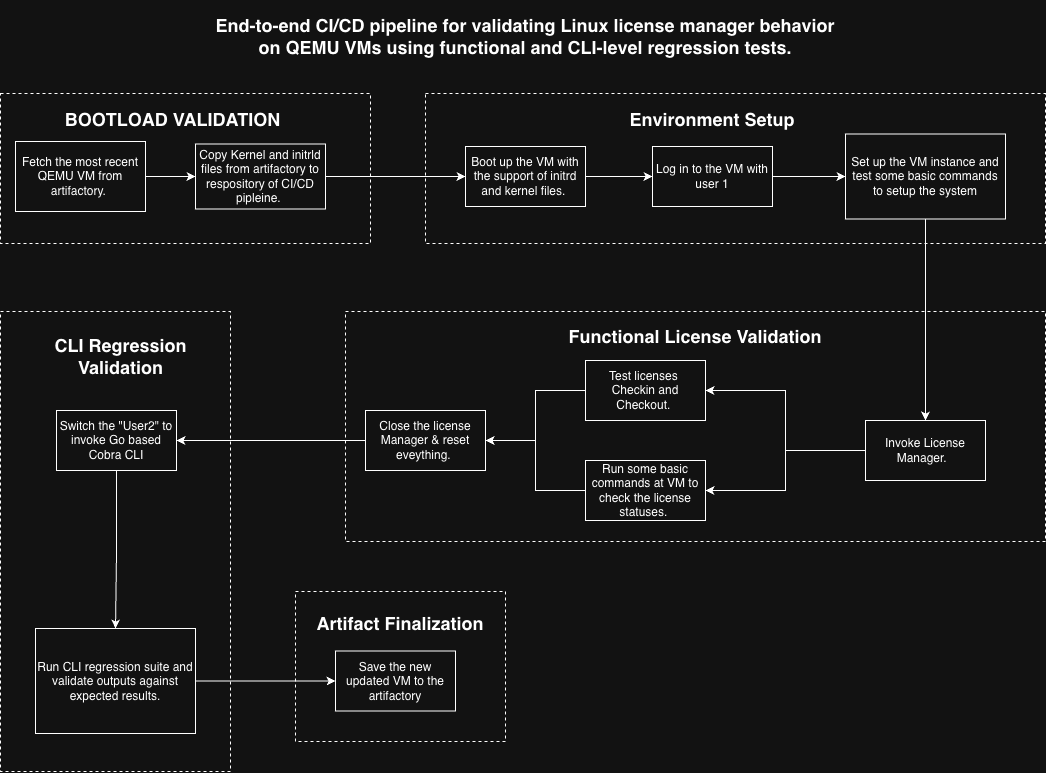
prateeksha9/case-study-CI-CD-pipeline-Internship-at-Keysight keeps this draw.io diagram as docs/ci-flow.png. Above is the earlier version. Source tidied: cells renumbered, new cells last; positions are measured from the earlier drawing's top-left corner, leaving out a move shared by most shapes. The source it was exported from:
```xml
<mxGraphModel>
  <root>
    <mxCell id="0" />
    <mxCell id="1" parent="0" />
    <mxCell id="2" style="rounded=0;whiteSpace=wrap;html=1;dashed=1;" parent="1" vertex="1">
      <mxGeometry y="72" width="370" height="150" as="geometry" />
    </mxCell>
    <mxCell id="3" style="edgeStyle=orthogonalEdgeStyle;rounded=0;jettySize=auto;html=1;" parent="1" edge="1" source="4" target="6">
      <mxGeometry relative="1" as="geometry" />
    </mxCell>
    <mxCell id="4" value="Fetch the most recent QEMU VM from artifactory.&amp;nbsp;" style="rounded=0;whiteSpace=wrap;html=1;" parent="1" vertex="1">
      <mxGeometry x="15" y="120" width="130" height="70" as="geometry" />
    </mxCell>
    <mxCell id="5" style="edgeStyle=orthogonalEdgeStyle;rounded=0;jettySize=auto;html=1;" parent="1" edge="1" source="6" target="8">
      <mxGeometry relative="1" as="geometry" />
    </mxCell>
    <mxCell id="6" value="Copy Kernel and initrld files from artifactory to respository of CI/CD pipleine.&amp;nbsp;" style="whiteSpace=wrap;html=1;rounded=0;" parent="1" vertex="1">
      <mxGeometry x="195" y="122.5" width="130" height="65" as="geometry" />
    </mxCell>
    <mxCell id="7" style="edgeStyle=orthogonalEdgeStyle;rounded=0;jettySize=auto;html=1;" parent="1" edge="1" source="8" target="10">
      <mxGeometry relative="1" as="geometry" />
    </mxCell>
    <mxCell id="8" value="Boot up the VM with the support of initrd and kernel files.&amp;nbsp;" style="whiteSpace=wrap;html=1;rounded=0;" parent="1" vertex="1">
      <mxGeometry x="465" y="125" width="120" height="60" as="geometry" />
    </mxCell>
    <mxCell id="9" style="edgeStyle=orthogonalEdgeStyle;rounded=0;jettySize=auto;html=1;" parent="1" edge="1" source="10" target="12">
      <mxGeometry relative="1" as="geometry" />
    </mxCell>
    <mxCell id="10" value="Log in to the VM with user 1" style="whiteSpace=wrap;html=1;rounded=0;" parent="1" vertex="1">
      <mxGeometry x="652" y="125" width="120" height="60" as="geometry" />
    </mxCell>
    <mxCell id="11" style="edgeStyle=orthogonalEdgeStyle;rounded=0;jettySize=auto;html=1;" parent="1" edge="1" source="12" target="15">
      <mxGeometry relative="1" as="geometry" />
    </mxCell>
    <mxCell id="12" value="Set up the VM instance and test some basic commands to setup the system" style="whiteSpace=wrap;html=1;rounded=0;" parent="1" vertex="1">
      <mxGeometry x="845" y="112.5" width="160" height="85" as="geometry" />
    </mxCell>
    <mxCell id="13" style="edgeStyle=orthogonalEdgeStyle;rounded=0;jettySize=auto;html=1;" parent="1" edge="1" source="15" target="17">
      <mxGeometry relative="1" as="geometry" />
    </mxCell>
    <mxCell id="14" style="edgeStyle=orthogonalEdgeStyle;rounded=0;jettySize=auto;html=1;exitX=0;exitY=0.5;exitDx=0;exitDy=0;entryX=1;entryY=0.5;entryDx=0;entryDy=0;" parent="1" edge="1" source="15" target="19">
      <mxGeometry relative="1" as="geometry" />
    </mxCell>
    <mxCell id="15" value="Invoke License Manager.&amp;nbsp;&amp;nbsp;" style="whiteSpace=wrap;html=1;rounded=0;" parent="1" vertex="1">
      <mxGeometry x="865" y="399" width="120" height="60" as="geometry" />
    </mxCell>
    <mxCell id="16" style="edgeStyle=orthogonalEdgeStyle;rounded=0;jettySize=auto;html=1;" parent="1" edge="1" source="17" target="21">
      <mxGeometry relative="1" as="geometry" />
    </mxCell>
    <mxCell id="17" value="Test licenses&amp;nbsp; Checkin and Checkout.&amp;nbsp;" style="whiteSpace=wrap;html=1;rounded=0;" parent="1" vertex="1">
      <mxGeometry x="585" y="339" width="120" height="60" as="geometry" />
    </mxCell>
    <mxCell id="18" style="edgeStyle=orthogonalEdgeStyle;rounded=0;jettySize=auto;html=1;exitX=0;exitY=0.5;exitDx=0;exitDy=0;entryX=1;entryY=0.5;entryDx=0;entryDy=0;" parent="1" edge="1" source="19" target="21">
      <mxGeometry relative="1" as="geometry" />
    </mxCell>
    <mxCell id="19" value="Run some basic commands at VM to check the license statuses.&amp;nbsp;" style="whiteSpace=wrap;html=1;rounded=0;" parent="1" vertex="1">
      <mxGeometry x="585" y="439" width="120" height="60" as="geometry" />
    </mxCell>
    <mxCell id="20" style="edgeStyle=orthogonalEdgeStyle;rounded=0;jettySize=auto;html=1;" parent="1" edge="1" source="21" target="23">
      <mxGeometry relative="1" as="geometry" />
    </mxCell>
    <mxCell id="21" value="Close the license Manager &amp;amp; reset eveything.&amp;nbsp;" style="whiteSpace=wrap;html=1;rounded=0;" parent="1" vertex="1">
      <mxGeometry x="365" y="389" width="120" height="60" as="geometry" />
    </mxCell>
    <mxCell id="22" style="edgeStyle=orthogonalEdgeStyle;rounded=0;jettySize=auto;html=1;exitX=0.5;exitY=1;exitDx=0;exitDy=0;entryX=0.5;entryY=0;entryDx=0;entryDy=0;" parent="1" edge="1" source="23" target="25">
      <mxGeometry relative="1" as="geometry" />
    </mxCell>
    <mxCell id="23" value="Switch the &quot;User2&quot; to invoke Go based Cobra CLI" style="whiteSpace=wrap;html=1;rounded=0;" parent="1" vertex="1">
      <mxGeometry x="56" y="389" width="120" height="60" as="geometry" />
    </mxCell>
    <mxCell id="24" style="edgeStyle=orthogonalEdgeStyle;rounded=0;jettySize=auto;html=1;" parent="1" edge="1" source="25" target="26">
      <mxGeometry relative="1" as="geometry" />
    </mxCell>
    <mxCell id="25" value="Run CLI regression suite and validate outputs against expected results." style="whiteSpace=wrap;html=1;rounded=0;" parent="1" vertex="1">
      <mxGeometry x="35" y="607" width="160" height="105" as="geometry" />
    </mxCell>
    <mxCell id="26" value="Save the new updated VM to the artifactory" style="whiteSpace=wrap;html=1;rounded=0;" parent="1" vertex="1">
      <mxGeometry x="335" y="629.5" width="120" height="60" as="geometry" />
    </mxCell>
    <mxCell id="27" style="rounded=0;whiteSpace=wrap;html=1;dashed=1;fillColor=none;" parent="1" vertex="1">
      <mxGeometry x="425" y="72" width="620" height="150" as="geometry" />
    </mxCell>
    <mxCell id="28" value="&lt;h2&gt;&lt;b&gt;BOOTLOAD VALIDATION&lt;/b&gt;&lt;/h2&gt;" style="text;html=1;whiteSpace=wrap;strokeColor=none;fillColor=none;align=center;verticalAlign=middle;rounded=0;" parent="1" vertex="1">
      <mxGeometry x="49.5" y="82.5" width="245" height="30" as="geometry" />
    </mxCell>
    <mxCell id="29" value="&lt;h2&gt;Environment Setup&lt;/h2&gt;" style="text;html=1;whiteSpace=wrap;strokeColor=none;fillColor=none;align=center;verticalAlign=middle;rounded=0;" parent="1" vertex="1">
      <mxGeometry x="617" y="82.5" width="190" height="30" as="geometry" />
    </mxCell>
    <mxCell id="30" style="rounded=0;whiteSpace=wrap;html=1;dashed=1;fillColor=none;" parent="1" vertex="1">
      <mxGeometry x="345" y="290" width="700" height="230" as="geometry" />
    </mxCell>
    <mxCell id="31" value="&lt;h2&gt;Functional License Validation&lt;/h2&gt;" style="text;html=1;whiteSpace=wrap;strokeColor=none;fillColor=none;align=center;verticalAlign=middle;rounded=0;" parent="1" vertex="1">
      <mxGeometry x="565" y="300" width="260" height="30" as="geometry" />
    </mxCell>
    <mxCell id="32" style="rounded=0;whiteSpace=wrap;html=1;dashed=1;fillColor=none;" parent="1" vertex="1">
      <mxGeometry y="290" width="230" height="460" as="geometry" />
    </mxCell>
    <mxCell id="33" value="&lt;h2&gt;CLI Regression Validation&lt;/h2&gt;" style="text;html=1;whiteSpace=wrap;strokeColor=none;fillColor=none;align=center;verticalAlign=middle;rounded=0;" parent="1" vertex="1">
      <mxGeometry x="46" y="310" width="149" height="50" as="geometry" />
    </mxCell>
    <mxCell id="34" style="rounded=0;whiteSpace=wrap;html=1;dashed=1;fillColor=none;" parent="1" vertex="1">
      <mxGeometry x="295" y="570" width="210" height="150" as="geometry" />
    </mxCell>
    <mxCell id="35" value="&lt;h2&gt;Artifact Finalization&lt;/h2&gt;" style="text;html=1;whiteSpace=wrap;strokeColor=none;fillColor=none;align=center;verticalAlign=middle;rounded=0;" parent="1" vertex="1">
      <mxGeometry x="305" y="587" width="190" height="30" as="geometry" />
    </mxCell>
    <mxCell id="36" value="&lt;h2&gt;End-to-end CI/CD pipeline for validating Linux license manager behavior on QEMU VMs using functional and CLI-level regression tests.&lt;/h2&gt;" style="text;html=1;whiteSpace=wrap;strokeColor=none;fillColor=none;align=center;verticalAlign=middle;rounded=0;" parent="1" vertex="1">
      <mxGeometry x="205" width="640" height="30" as="geometry" />
    </mxCell>
  </root>
</mxGraphModel>
```
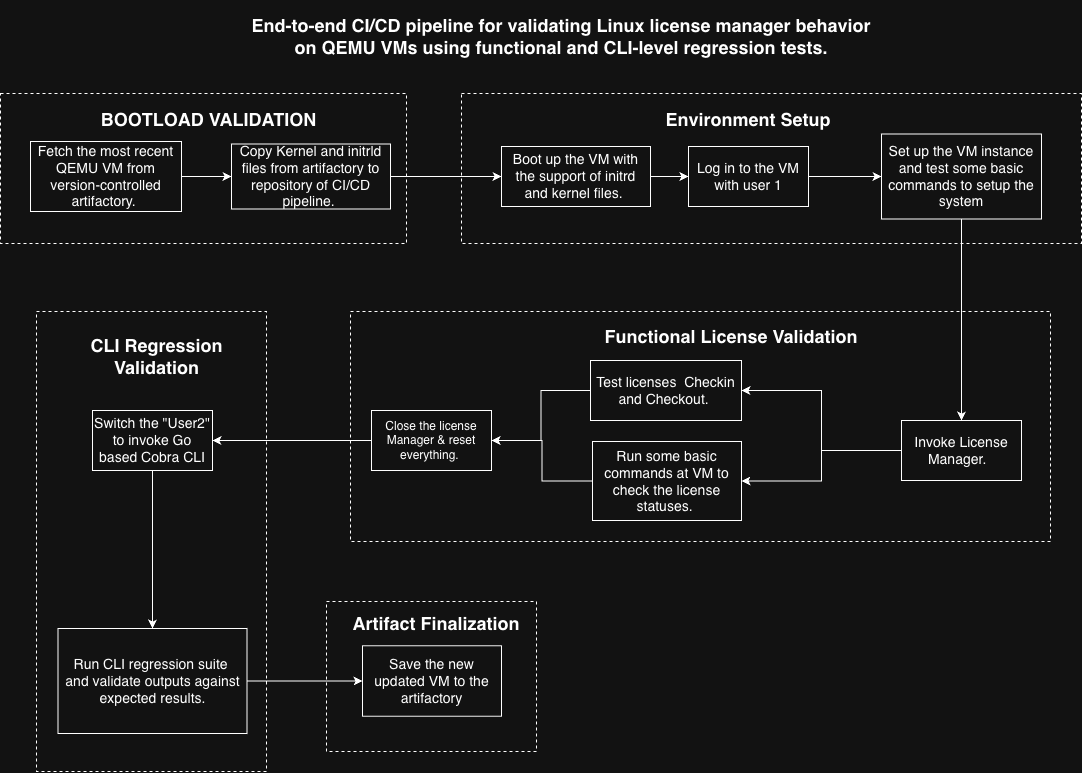
Later version of the same file.

What changed in the source:
```diff
@@ -3,36 +3,36 @@
     <mxCell id="0" />
     <mxCell id="1" parent="0" />
     <mxCell id="2" style="rounded=0;whiteSpace=wrap;html=1;dashed=1;" parent="1" vertex="1">
-      <mxGeometry y="72" width="370" height="150" as="geometry" />
+      <mxGeometry x="-36" y="72" width="406" height="150" as="geometry" />
     </mxCell>
     <mxCell id="3" style="edgeStyle=orthogonalEdgeStyle;rounded=0;jettySize=auto;html=1;" parent="1" edge="1" source="4" target="6">
       <mxGeometry relative="1" as="geometry" />
     </mxCell>
-    <mxCell id="4" value="Fetch the most recent QEMU VM from artifactory.&amp;nbsp;" style="rounded=0;whiteSpace=wrap;html=1;" parent="1" vertex="1">
-      <mxGeometry x="15" y="120" width="130" height="70" as="geometry" />
+    <mxCell id="4" value="&lt;font style=&quot;font-size: 14px;&quot;&gt;Fetch the most recent QEMU VM from version-controlled artifactory.&amp;nbsp;&lt;/font&gt;" style="rounded=0;whiteSpace=wrap;html=1;" parent="1" vertex="1">
+      <mxGeometry x="-6" y="120" width="151" height="70" as="geometry" />
     </mxCell>
     <mxCell id="5" style="edgeStyle=orthogonalEdgeStyle;rounded=0;jettySize=auto;html=1;" parent="1" edge="1" source="6" target="8">
       <mxGeometry relative="1" as="geometry" />
     </mxCell>
-    <mxCell id="6" value="Copy Kernel and initrld files from artifactory to respository of CI/CD pipleine.&amp;nbsp;" style="whiteSpace=wrap;html=1;rounded=0;" parent="1" vertex="1">
-      <mxGeometry x="195" y="122.5" width="130" height="65" as="geometry" />
+    <mxCell id="6" value="&lt;font style=&quot;font-size: 14px;&quot;&gt;Copy Kernel and initrld files from artifactory to repository of CI/CD pipeline.&amp;nbsp;&lt;/font&gt;" style="whiteSpace=wrap;html=1;rounded=0;" parent="1" vertex="1">
+      <mxGeometry x="195" y="122.5" width="159" height="65" as="geometry" />
     </mxCell>
     <mxCell id="7" style="edgeStyle=orthogonalEdgeStyle;rounded=0;jettySize=auto;html=1;" parent="1" edge="1" source="8" target="10">
       <mxGeometry relative="1" as="geometry" />
     </mxCell>
-    <mxCell id="8" value="Boot up the VM with the support of initrd and kernel files.&amp;nbsp;" style="whiteSpace=wrap;html=1;rounded=0;" parent="1" vertex="1">
-      <mxGeometry x="465" y="125" width="120" height="60" as="geometry" />
+    <mxCell id="8" value="&lt;font style=&quot;font-size: 14px;&quot;&gt;Boot up the VM with the support of initrd and kernel files.&amp;nbsp;&lt;/font&gt;" style="whiteSpace=wrap;html=1;rounded=0;" parent="1" vertex="1">
+      <mxGeometry x="465" y="125" width="149" height="60" as="geometry" />
     </mxCell>
     <mxCell id="9" style="edgeStyle=orthogonalEdgeStyle;rounded=0;jettySize=auto;html=1;" parent="1" edge="1" source="10" target="12">
       <mxGeometry relative="1" as="geometry" />
     </mxCell>
-    <mxCell id="10" value="Log in to the VM with user 1" style="whiteSpace=wrap;html=1;rounded=0;" parent="1" vertex="1">
+    <mxCell id="10" value="&lt;font style=&quot;font-size: 14px;&quot;&gt;Log in to the VM with user 1&lt;/font&gt;" style="whiteSpace=wrap;html=1;rounded=0;" parent="1" vertex="1">
       <mxGeometry x="652" y="125" width="120" height="60" as="geometry" />
     </mxCell>
     <mxCell id="11" style="edgeStyle=orthogonalEdgeStyle;rounded=0;jettySize=auto;html=1;" parent="1" edge="1" source="12" target="15">
       <mxGeometry relative="1" as="geometry" />
     </mxCell>
-    <mxCell id="12" value="Set up the VM instance and test some basic commands to setup the system" style="whiteSpace=wrap;html=1;rounded=0;" parent="1" vertex="1">
+    <mxCell id="12" value="&lt;font style=&quot;font-size: 14px;&quot;&gt;Set up the VM instance and test some basic commands to setup the system&lt;/font&gt;" style="whiteSpace=wrap;html=1;rounded=0;" parent="1" vertex="1">
       <mxGeometry x="845" y="112.5" width="160" height="85" as="geometry" />
     </mxCell>
     <mxCell id="13" style="edgeStyle=orthogonalEdgeStyle;rounded=0;jettySize=auto;html=1;" parent="1" edge="1" source="15" target="17">
@@ -41,41 +41,41 @@
     <mxCell id="14" style="edgeStyle=orthogonalEdgeStyle;rounded=0;jettySize=auto;html=1;exitX=0;exitY=0.5;exitDx=0;exitDy=0;entryX=1;entryY=0.5;entryDx=0;entryDy=0;" parent="1" edge="1" source="15" target="19">
       <mxGeometry relative="1" as="geometry" />
     </mxCell>
-    <mxCell id="15" value="Invoke License Manager.&amp;nbsp;&amp;nbsp;" style="whiteSpace=wrap;html=1;rounded=0;" parent="1" vertex="1">
+    <mxCell id="15" value="&lt;font style=&quot;font-size: 14px;&quot;&gt;Invoke License Manager.&amp;nbsp;&amp;nbsp;&lt;/font&gt;" style="whiteSpace=wrap;html=1;rounded=0;" parent="1" vertex="1">
       <mxGeometry x="865" y="399" width="120" height="60" as="geometry" />
     </mxCell>
     <mxCell id="16" style="edgeStyle=orthogonalEdgeStyle;rounded=0;jettySize=auto;html=1;" parent="1" edge="1" source="17" target="21">
       <mxGeometry relative="1" as="geometry" />
     </mxCell>
-    <mxCell id="17" value="Test licenses&amp;nbsp; Checkin and Checkout.&amp;nbsp;" style="whiteSpace=wrap;html=1;rounded=0;" parent="1" vertex="1">
-      <mxGeometry x="585" y="339" width="120" height="60" as="geometry" />
+    <mxCell id="17" value="&lt;font style=&quot;font-size: 14px;&quot;&gt;Test licenses&amp;nbsp; Checkin and Checkout.&amp;nbsp;&lt;/font&gt;" style="whiteSpace=wrap;html=1;rounded=0;" parent="1" vertex="1">
+      <mxGeometry x="554" y="339" width="151" height="60" as="geometry" />
     </mxCell>
     <mxCell id="18" style="edgeStyle=orthogonalEdgeStyle;rounded=0;jettySize=auto;html=1;exitX=0;exitY=0.5;exitDx=0;exitDy=0;entryX=1;entryY=0.5;entryDx=0;entryDy=0;" parent="1" edge="1" source="19" target="21">
       <mxGeometry relative="1" as="geometry" />
     </mxCell>
-    <mxCell id="19" value="Run some basic commands at VM to check the license statuses.&amp;nbsp;" style="whiteSpace=wrap;html=1;rounded=0;" parent="1" vertex="1">
-      <mxGeometry x="585" y="439" width="120" height="60" as="geometry" />
+    <mxCell id="19" value="&lt;font style=&quot;font-size: 14px;&quot;&gt;Run some basic commands at VM to check the license statuses.&amp;nbsp;&lt;/font&gt;" style="whiteSpace=wrap;html=1;rounded=0;" parent="1" vertex="1">
+      <mxGeometry x="556" y="420" width="149" height="79" as="geometry" />
     </mxCell>
     <mxCell id="20" style="edgeStyle=orthogonalEdgeStyle;rounded=0;jettySize=auto;html=1;" parent="1" edge="1" source="21" target="23">
       <mxGeometry relative="1" as="geometry" />
     </mxCell>
-    <mxCell id="21" value="Close the license Manager &amp;amp; reset eveything.&amp;nbsp;" style="whiteSpace=wrap;html=1;rounded=0;" parent="1" vertex="1">
-      <mxGeometry x="365" y="389" width="120" height="60" as="geometry" />
+    <mxCell id="21" value="Close the license Manager &amp;amp; reset everything.&amp;nbsp;" style="whiteSpace=wrap;html=1;rounded=0;" parent="1" vertex="1">
+      <mxGeometry x="335" y="389" width="120" height="60" as="geometry" />
     </mxCell>
     <mxCell id="22" style="edgeStyle=orthogonalEdgeStyle;rounded=0;jettySize=auto;html=1;exitX=0.5;exitY=1;exitDx=0;exitDy=0;entryX=0.5;entryY=0;entryDx=0;entryDy=0;" parent="1" edge="1" source="23" target="25">
       <mxGeometry relative="1" as="geometry" />
     </mxCell>
-    <mxCell id="23" value="Switch the &quot;User2&quot; to invoke Go based Cobra CLI" style="whiteSpace=wrap;html=1;rounded=0;" parent="1" vertex="1">
+    <mxCell id="23" value="&lt;font style=&quot;font-size: 14px;&quot;&gt;Switch the &quot;User2&quot; to invoke Go based Cobra CLI&lt;/font&gt;" style="whiteSpace=wrap;html=1;rounded=0;" parent="1" vertex="1">
       <mxGeometry x="56" y="389" width="120" height="60" as="geometry" />
     </mxCell>
     <mxCell id="24" style="edgeStyle=orthogonalEdgeStyle;rounded=0;jettySize=auto;html=1;" parent="1" edge="1" source="25" target="26">
       <mxGeometry relative="1" as="geometry" />
     </mxCell>
-    <mxCell id="25" value="Run CLI regression suite and validate outputs against expected results." style="whiteSpace=wrap;html=1;rounded=0;" parent="1" vertex="1">
-      <mxGeometry x="35" y="607" width="160" height="105" as="geometry" />
+    <mxCell id="25" value="&lt;font style=&quot;font-size: 14px;&quot;&gt;Run CLI regression suite&amp;nbsp;&lt;/font&gt;&lt;div&gt;&lt;font style=&quot;font-size: 14px;&quot;&gt;and validate outputs against expected results.&lt;/font&gt;&lt;/div&gt;" style="whiteSpace=wrap;html=1;rounded=0;" parent="1" vertex="1">
+      <mxGeometry x="21.5" y="607" width="189" height="105" as="geometry" />
     </mxCell>
-    <mxCell id="26" value="Save the new updated VM to the artifactory" style="whiteSpace=wrap;html=1;rounded=0;" parent="1" vertex="1">
-      <mxGeometry x="335" y="629.5" width="120" height="60" as="geometry" />
+    <mxCell id="26" value="&lt;font style=&quot;font-size: 14px;&quot;&gt;Save the new updated VM to the artifactory&lt;/font&gt;" style="whiteSpace=wrap;html=1;rounded=0;" parent="1" vertex="1">
+      <mxGeometry x="326" y="624.2" width="139" height="70.5" as="geometry" />
     </mxCell>
     <mxCell id="27" style="rounded=0;whiteSpace=wrap;html=1;dashed=1;fillColor=none;" parent="1" vertex="1">
       <mxGeometry x="425" y="72" width="620" height="150" as="geometry" />
@@ -87,7 +87,7 @@
       <mxGeometry x="617" y="82.5" width="190" height="30" as="geometry" />
     </mxCell>
     <mxCell id="30" style="rounded=0;whiteSpace=wrap;html=1;dashed=1;fillColor=none;" parent="1" vertex="1">
-      <mxGeometry x="345" y="290" width="700" height="230" as="geometry" />
+      <mxGeometry x="314" y="290" width="700" height="230" as="geometry" />
     </mxCell>
     <mxCell id="31" value="&lt;h2&gt;Functional License Validation&lt;/h2&gt;" style="text;html=1;whiteSpace=wrap;strokeColor=none;fillColor=none;align=center;verticalAlign=middle;rounded=0;" parent="1" vertex="1">
       <mxGeometry x="565" y="300" width="260" height="30" as="geometry" />
@@ -99,7 +99,7 @@
       <mxGeometry x="46" y="310" width="149" height="50" as="geometry" />
     </mxCell>
     <mxCell id="34" style="rounded=0;whiteSpace=wrap;html=1;dashed=1;fillColor=none;" parent="1" vertex="1">
-      <mxGeometry x="295" y="570" width="210" height="150" as="geometry" />
+      <mxGeometry x="290" y="580" width="210" height="150" as="geometry" />
     </mxCell>
     <mxCell id="35" value="&lt;h2&gt;Artifact Finalization&lt;/h2&gt;" style="text;html=1;whiteSpace=wrap;strokeColor=none;fillColor=none;align=center;verticalAlign=middle;rounded=0;" parent="1" vertex="1">
       <mxGeometry x="305" y="587" width="190" height="30" as="geometry" />
```
